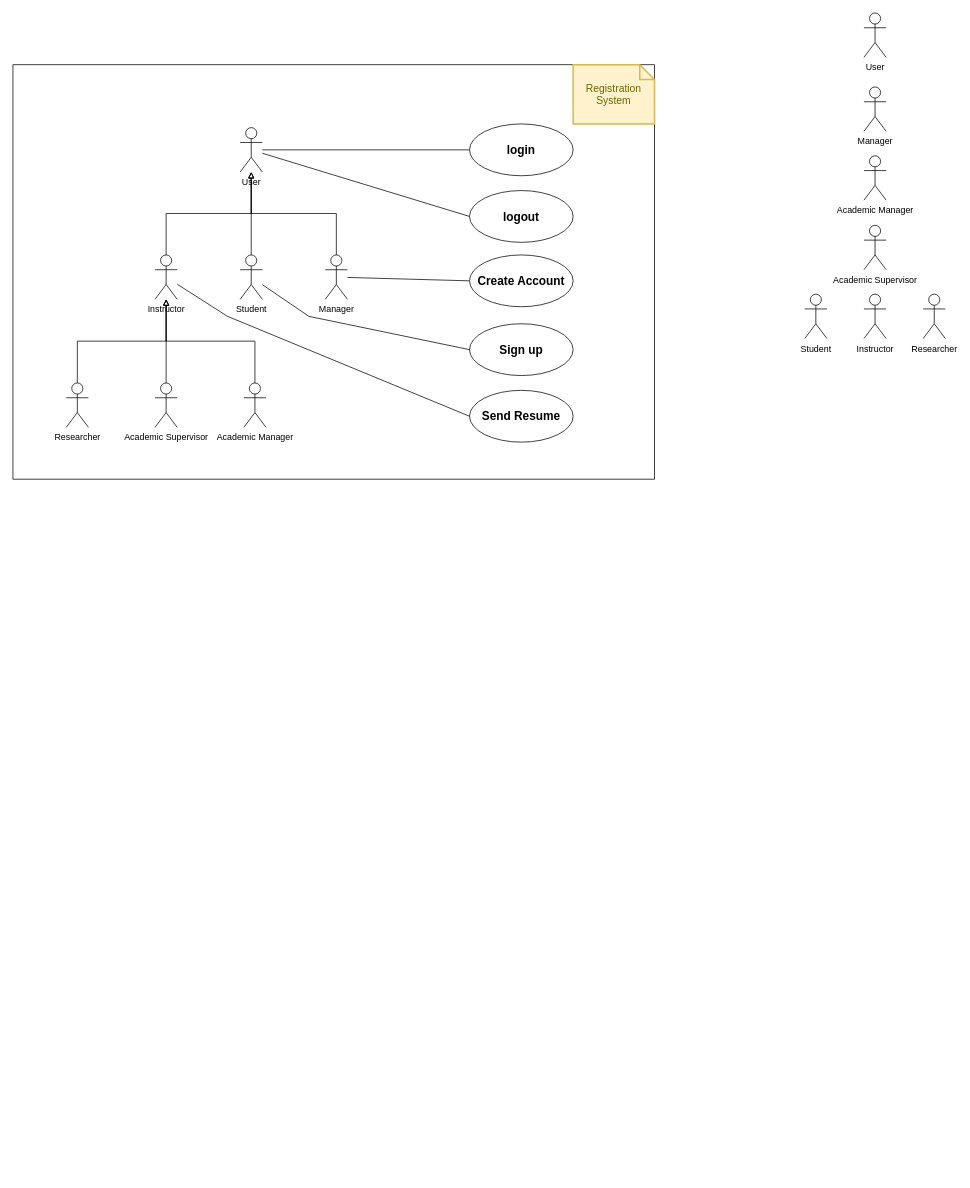
YAMANX8/academic-compass keeps this draw.io diagram as academic_compass.drawio. Above is the earlier version. Source tidied: cells renumbered, new cells numbered last; positions are measured from the earlier drawing's top-left corner, leaving out a move shared by most shapes. Both pictures are drawn from the tidied source at 74%, with x=0, y=0 at pixel (13, 13).
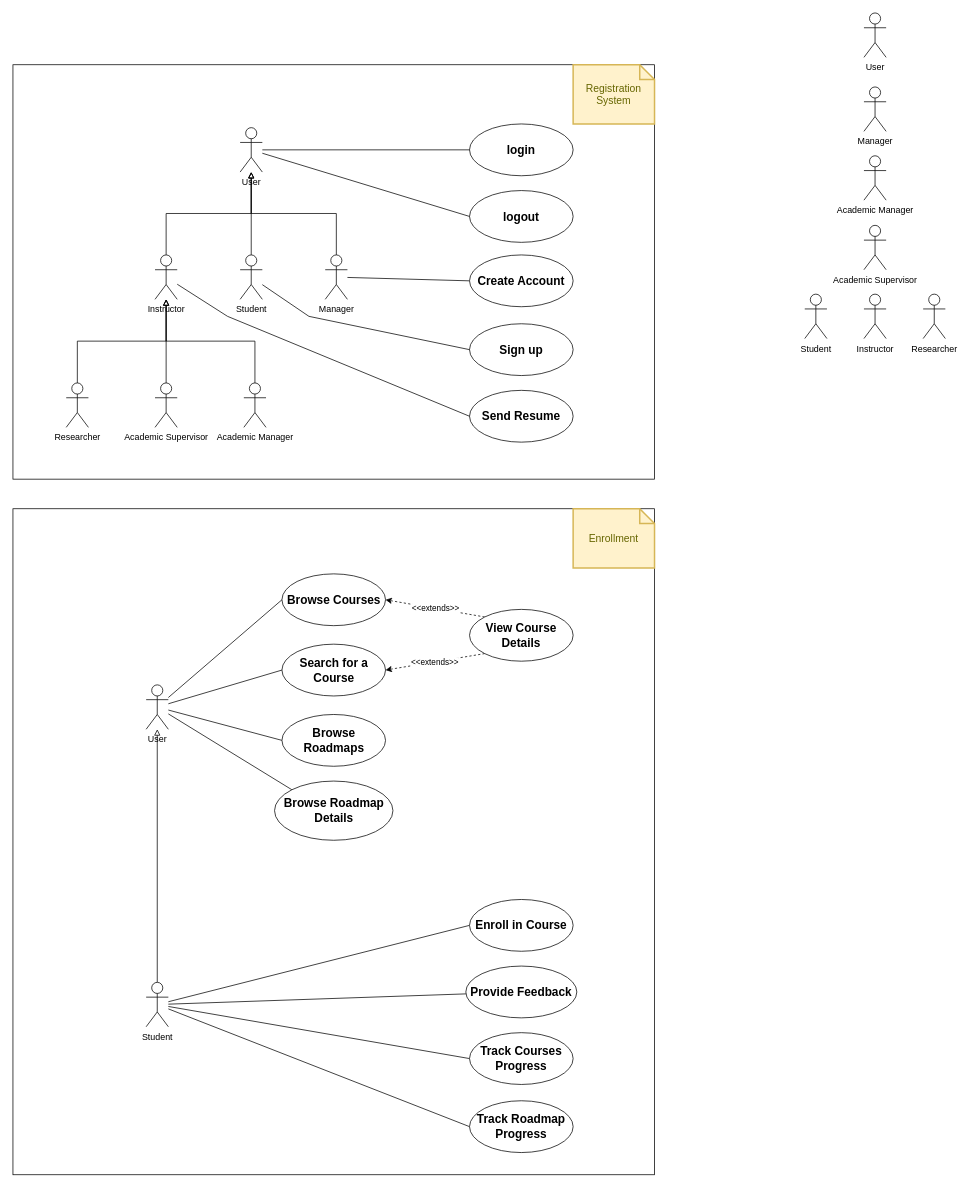
The same page after the edit.

Commit message:
Enrollment section added

Diff of the diagram source:
```diff
@@
-    <mxCell id="10" style="group;" parent="1" vertex="1">
-      <mxGeometry x="1070" y="380" width="190" height="60" as="geometry" />
-    </mxCell>
-    <mxCell id="11" value="Instructor" style="shape=umlActor;verticalLabelPosition=bottom;verticalAlign=top;html=1;" parent="10" vertex="1">
-      <mxGeometry x="80" width="30" height="60" as="geometry" />
-    </mxCell>
-    <mxCell id="12" value="Researcher" style="shape=umlActor;verticalLabelPosition=bottom;verticalAlign=top;html=1;" parent="10" vertex="1">
-      <mxGeometry x="160" width="30" height="60" as="geometry" />
-    </mxCell>
-    <mxCell id="13" value="Student" style="shape=umlActor;verticalLabelPosition=bottom;verticalAlign=top;html=1;" parent="10" vertex="1">
-      <mxGeometry width="30" height="60" as="geometry" />
-    </mxCell>
@@
+    <mxCell id="36" style="rounded=0;whiteSpace=wrap;html=1;" parent="1" vertex="1">
+      <mxGeometry y="670" width="867" height="900" as="geometry" />
+    </mxCell>
+    <mxCell id="37" value="Enrollment" style="shape=note;strokeWidth=2;fontSize=14;size=20;whiteSpace=wrap;html=1;fillColor=#fff2cc;strokeColor=#d6b656;fontColor=#666600;" parent="1" vertex="1">
+      <mxGeometry x="757" y="670" width="110" height="80" as="geometry" />
+    </mxCell>
+    <mxCell id="38" style="rounded=0;jettySize=auto;html=1;entryX=0;entryY=0.5;entryDx=0;entryDy=0;endArrow=none;endFill=0;" parent="1" edge="1" source="42" target="56">
+      <mxGeometry relative="1" as="geometry" />
+    </mxCell>
+    <mxCell id="39" style="edgeStyle=none;shape=connector;rounded=0;jettySize=auto;html=1;entryX=0;entryY=0.5;entryDx=0;entryDy=0;labelBackgroundColor=default;strokeColor=default;align=center;verticalAlign=middle;fontFamily=Helvetica;fontSize=11;fontColor=default;endArrow=none;endFill=0;" parent="1" edge="1" source="42" target="57">
+      <mxGeometry relative="1" as="geometry" />
+    </mxCell>
+    <mxCell id="40" style="edgeStyle=none;shape=connector;rounded=0;jettySize=auto;html=1;entryX=0;entryY=0.5;entryDx=0;entryDy=0;labelBackgroundColor=default;strokeColor=default;align=center;verticalAlign=middle;fontFamily=Helvetica;fontSize=11;fontColor=default;endArrow=none;endFill=0;" parent="1" edge="1" source="42" target="58">
+      <mxGeometry relative="1" as="geometry" />
+    </mxCell>
+    <mxCell id="41" style="edgeStyle=none;shape=connector;rounded=0;jettySize=auto;html=1;entryX=0;entryY=0;entryDx=0;entryDy=0;labelBackgroundColor=default;strokeColor=default;align=center;verticalAlign=middle;fontFamily=Helvetica;fontSize=11;fontColor=default;endArrow=none;endFill=0;" parent="1" edge="1" source="42" target="59">
+      <mxGeometry relative="1" as="geometry" />
+    </mxCell>
+    <mxCell id="42" value="User" style="shape=umlActor;verticalLabelPosition=bottom;verticalAlign=top;html=1;outlineConnect=0;" parent="1" vertex="1">
+      <mxGeometry x="180" y="908" width="30" height="60" as="geometry" />
+    </mxCell>
+    <mxCell id="11" value="Instructor" style="shape=umlActor;verticalLabelPosition=bottom;verticalAlign=top;html=1;" parent="1" vertex="1">
+      <mxGeometry x="1150" y="380" width="30" height="60" as="geometry" />
+    </mxCell>
+    <mxCell id="12" value="Researcher" style="shape=umlActor;verticalLabelPosition=bottom;verticalAlign=top;html=1;" parent="1" vertex="1">
+      <mxGeometry x="1230" y="380" width="30" height="60" as="geometry" />
+    </mxCell>
+    <mxCell id="13" value="Student" style="shape=umlActor;verticalLabelPosition=bottom;verticalAlign=top;html=1;" parent="1" vertex="1">
+      <mxGeometry x="1070" y="380" width="30" height="60" as="geometry" />
+    </mxCell>
+    <mxCell id="43" style="edgeStyle=orthogonalEdgeStyle;rounded=0;jettySize=auto;html=1;endArrow=block;endFill=0;" parent="1" edge="1" source="48" target="42">
+      <mxGeometry relative="1" as="geometry" />
+    </mxCell>
+    <mxCell id="44" style="edgeStyle=none;shape=connector;rounded=0;jettySize=auto;html=1;entryX=0;entryY=0.5;entryDx=0;entryDy=0;labelBackgroundColor=default;strokeColor=default;align=center;verticalAlign=middle;fontFamily=Helvetica;fontSize=11;fontColor=default;endArrow=none;endFill=0;" parent="1" edge="1" source="48" target="52">
+      <mxGeometry relative="1" as="geometry" />
+    </mxCell>
+    <mxCell id="45" style="edgeStyle=none;shape=connector;rounded=0;jettySize=auto;html=1;labelBackgroundColor=default;strokeColor=default;align=center;verticalAlign=middle;fontFamily=Helvetica;fontSize=11;fontColor=default;endArrow=none;endFill=0;" parent="1" edge="1" source="48" target="54">
+      <mxGeometry relative="1" as="geometry" />
+    </mxCell>
+    <mxCell id="46" style="edgeStyle=none;shape=connector;rounded=0;jettySize=auto;html=1;entryX=0;entryY=0.5;entryDx=0;entryDy=0;labelBackgroundColor=default;strokeColor=default;align=center;verticalAlign=middle;fontFamily=Helvetica;fontSize=11;fontColor=default;endArrow=none;endFill=0;" parent="1" edge="1" source="48" target="53">
+      <mxGeometry relative="1" as="geometry" />
+    </mxCell>
+    <mxCell id="47" style="edgeStyle=none;shape=connector;rounded=0;jettySize=auto;html=1;entryX=0;entryY=0.5;entryDx=0;entryDy=0;labelBackgroundColor=default;strokeColor=default;align=center;verticalAlign=middle;fontFamily=Helvetica;fontSize=11;fontColor=default;endArrow=none;endFill=0;" parent="1" edge="1" source="48" target="60">
+      <mxGeometry relative="1" as="geometry" />
+    </mxCell>
+    <mxCell id="48" value="Student" style="shape=umlActor;verticalLabelPosition=bottom;verticalAlign=top;html=1;outlineConnect=0;" parent="1" vertex="1">
+      <mxGeometry x="180" y="1310" width="30" height="60" as="geometry" />
+    </mxCell>
+    <mxCell id="49" value="&amp;lt;&amp;lt;extends&amp;gt;&amp;gt;" style="edgeStyle=none;shape=connector;rounded=0;jettySize=auto;html=1;exitX=0;exitY=1;exitDx=0;exitDy=0;entryX=1;entryY=0.5;entryDx=0;entryDy=0;labelBackgroundColor=default;strokeColor=default;align=center;verticalAlign=middle;fontFamily=Helvetica;fontSize=11;fontColor=default;endArrow=classic;endFill=1;dashed=1;" parent="1" edge="1" source="51" target="58">
+      <mxGeometry relative="1" as="geometry" />
+    </mxCell>
+    <mxCell id="50" value="&amp;lt;&amp;lt;extends&amp;gt;&amp;gt;" style="edgeStyle=none;shape=connector;rounded=0;jettySize=auto;html=1;exitX=0;exitY=0;exitDx=0;exitDy=0;entryX=1;entryY=0.5;entryDx=0;entryDy=0;labelBackgroundColor=default;strokeColor=default;align=center;verticalAlign=middle;fontFamily=Helvetica;fontSize=11;fontColor=default;endArrow=classic;endFill=1;dashed=1;startArrow=none;startFill=0;" parent="1" edge="1" source="51" target="56">
+      <mxGeometry relative="1" as="geometry" />
+    </mxCell>
+    <mxCell id="51" value="View Course Details" style="ellipse;whiteSpace=wrap;html=1;fontSize=16;fontStyle=1;flipV=0;" parent="1" vertex="1">
+      <mxGeometry x="617" y="806" width="140" height="70" as="geometry" />
+    </mxCell>
+    <mxCell id="52" value="Enroll in Course" style="ellipse;whiteSpace=wrap;html=1;fontSize=16;fontStyle=1;flipV=0;" parent="1" vertex="1">
+      <mxGeometry x="617" y="1198" width="140" height="70" as="geometry" />
+    </mxCell>
+    <mxCell id="53" value="Track Courses Progress" style="ellipse;whiteSpace=wrap;html=1;fontSize=16;fontStyle=1;flipV=0;" parent="1" vertex="1">
+      <mxGeometry x="617" y="1378" width="140" height="70" as="geometry" />
+    </mxCell>
+    <mxCell id="54" value="Provide Feedback" style="ellipse;whiteSpace=wrap;html=1;fontSize=16;fontStyle=1;flipV=0;" parent="1" vertex="1">
+      <mxGeometry x="612" y="1288" width="150" height="70" as="geometry" />
+    </mxCell>
+    <mxCell id="55" style="group;" parent="1" vertex="1">
+      <mxGeometry x="353.5" y="758" width="160" height="360" as="geometry" />
+    </mxCell>
+    <mxCell id="56" value="Browse Courses" style="ellipse;whiteSpace=wrap;html=1;fontSize=16;fontStyle=1;flipV=0;" parent="55" vertex="1">
+      <mxGeometry x="10" width="140" height="70" as="geometry" />
+    </mxCell>
+    <mxCell id="57" value="Browse Roadmaps" style="ellipse;whiteSpace=wrap;html=1;fontSize=16;fontStyle=1;flipV=0;" parent="55" vertex="1">
+      <mxGeometry x="10" y="190" width="140" height="70" as="geometry" />
+    </mxCell>
+    <mxCell id="58" value="Search for a Course" style="ellipse;whiteSpace=wrap;html=1;fontSize=16;fontStyle=1;flipV=0;" parent="55" vertex="1">
+      <mxGeometry x="10" y="95" width="140" height="70" as="geometry" />
+    </mxCell>
+    <mxCell id="59" value="Browse Roadmap Details" style="ellipse;whiteSpace=wrap;html=1;fontSize=16;fontStyle=1;flipV=0;" parent="55" vertex="1">
+      <mxGeometry y="280" width="160" height="80" as="geometry" />
+    </mxCell>
+    <mxCell id="60" value="Track Roadmap Progress" style="ellipse;whiteSpace=wrap;html=1;fontSize=16;fontStyle=1;flipV=0;" parent="1" vertex="1">
+      <mxGeometry x="617" y="1470" width="140" height="70" as="geometry" />
+    </mxCell>
```
